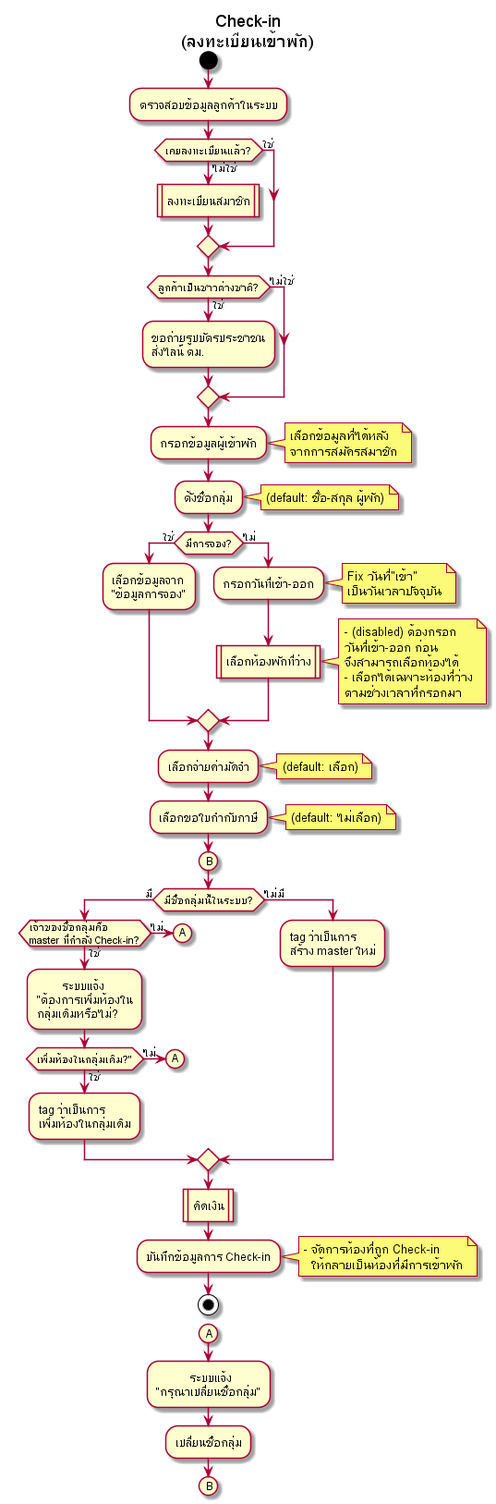
Earlier version of the PlantUML export out/activity-diagram/Check-in/Check-in/Check-in(ลงทะเบียนเข้าพัก).png (cheat13/Prompiman_Diagram).
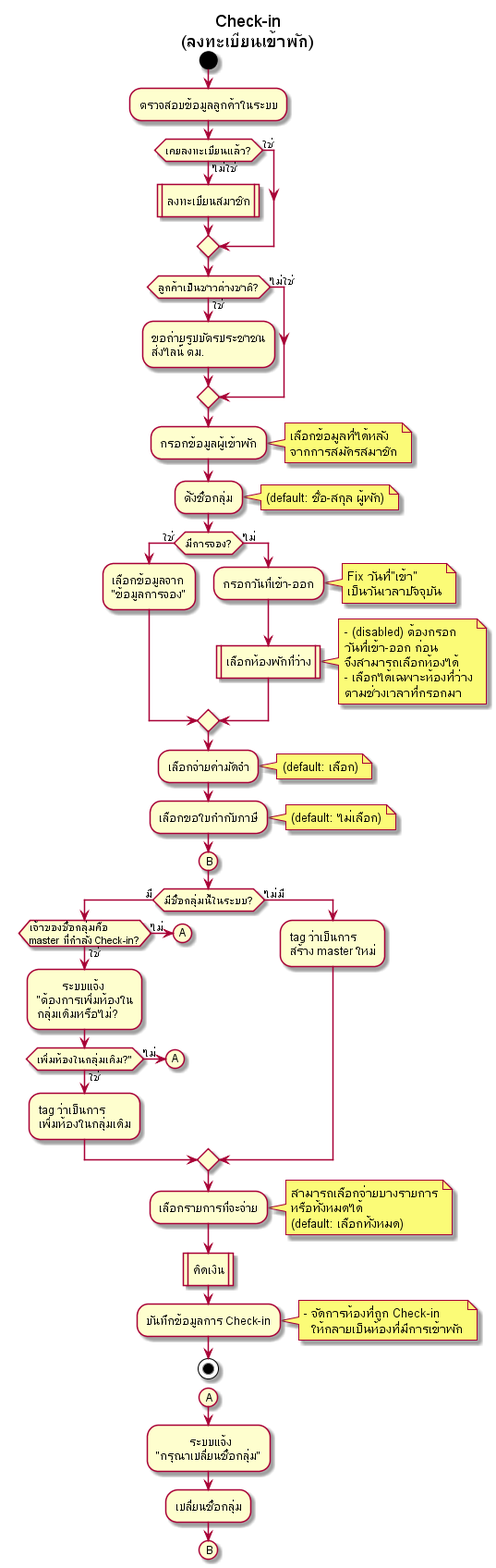
After the commit.

Diff of the diagram source:
```diff
@@ -67,6 +67,13 @@
     :tag ว่าเป็นการ\nสร้าง master ใหม่;
 endif
 
+:เลือกรายการที่จะจ่าย;
+note right
+    สามารถเลือกจ่ายบางรายการ
+    หรือทั้งหมดได้
+    (default: เลือกทั้งหมด)
+endnote
+
 :คิดเงิน|
 :บันทึกข้อมูลการ Check-in;
 note right
```
